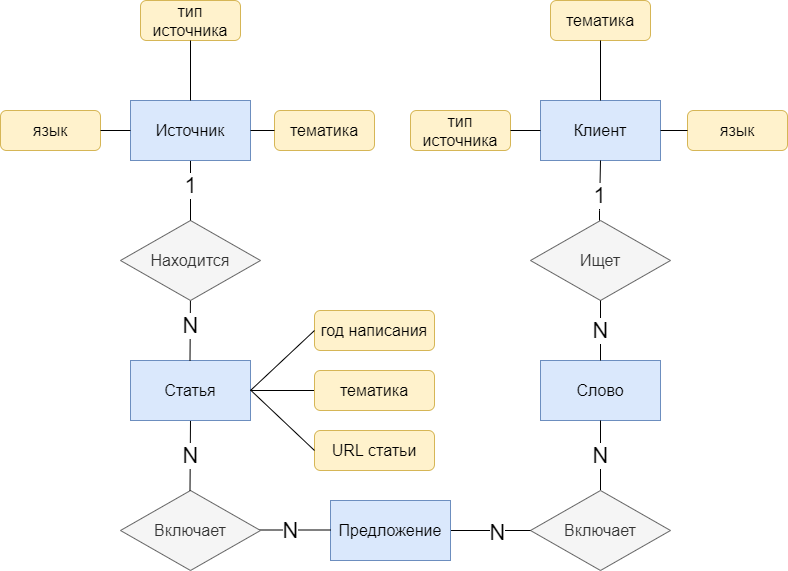
Above: GetImage.png in AgeevAA/DB-project (draw.io), before the change. Source tidied: cells renumbered, new cells last; positions are measured from the earlier drawing's top-left corner, leaving out a move shared by most shapes. Source of this version:
```xml
<mxGraphModel>
  <root>
    <mxCell id="0" />
    <mxCell id="1" parent="0" />
    <mxCell id="2" value="&lt;font style=&quot;font-size: 16px&quot;&gt;Клиент&lt;/font&gt;" style="rounded=0;whiteSpace=wrap;html=1;fillColor=#dae8fc;strokeColor=#6c8ebf;" parent="1" vertex="1">
      <mxGeometry x="540" y="100" width="120" height="60" as="geometry" />
    </mxCell>
    <mxCell id="3" value="&lt;font style=&quot;font-size: 22px&quot;&gt;1&lt;/font&gt;" style="endArrow=none;html=1;entryX=0.5;entryY=1;entryDx=0;entryDy=0;" parent="1" edge="1" target="2">
      <mxGeometry relative="1" as="geometry">
        <mxPoint x="599" y="230" as="sourcePoint" />
        <Array as="points">
          <mxPoint x="599" y="210" />
        </Array>
      </mxGeometry>
    </mxCell>
    <mxCell id="4" value="&lt;font style=&quot;font-size: 16px&quot;&gt;Слово&lt;/font&gt;" style="rounded=0;whiteSpace=wrap;html=1;fillColor=#dae8fc;strokeColor=#6c8ebf;" parent="1" vertex="1">
      <mxGeometry x="540" y="360" width="120" height="60" as="geometry" />
    </mxCell>
    <mxCell id="5" value="&lt;font style=&quot;font-size: 16px&quot;&gt;Ищет&lt;/font&gt;" style="rhombus;whiteSpace=wrap;html=1;fillColor=#f5f5f5;strokeColor=#666666;fontColor=#333333;" parent="1" vertex="1">
      <mxGeometry x="530" y="220" width="140" height="80" as="geometry" />
    </mxCell>
    <mxCell id="6" value="&lt;font style=&quot;font-size: 22px&quot;&gt;N&lt;/font&gt;" style="endArrow=none;html=1;entryX=0.5;entryY=0;entryDx=0;entryDy=0;entryPerimeter=0;" parent="1" edge="1" target="4">
      <mxGeometry relative="1" as="geometry">
        <mxPoint x="600" y="300" as="sourcePoint" />
        <Array as="points">
          <mxPoint x="600" y="300" />
        </Array>
      </mxGeometry>
    </mxCell>
    <mxCell id="7" value="&lt;font style=&quot;font-size: 22px&quot;&gt;N&lt;/font&gt;" style="endArrow=none;html=1;entryX=0.5;entryY=1;entryDx=0;entryDy=0;" parent="1" edge="1" target="4">
      <mxGeometry relative="1" as="geometry">
        <mxPoint x="600" y="490" as="sourcePoint" />
      </mxGeometry>
    </mxCell>
    <mxCell id="8" value="&lt;font style=&quot;font-size: 16px&quot;&gt;Включает&lt;/font&gt;" style="rhombus;whiteSpace=wrap;html=1;fillColor=#f5f5f5;strokeColor=#666666;fontColor=#333333;" parent="1" vertex="1">
      <mxGeometry x="530" y="490" width="140" height="80" as="geometry" />
    </mxCell>
    <mxCell id="9" style="endArrow=none;html=1;entryX=0;entryY=0.5;entryDx=0;entryDy=0;" parent="1" edge="1" target="8">
      <mxGeometry relative="1" as="geometry">
        <mxPoint x="440" y="530" as="sourcePoint" />
      </mxGeometry>
    </mxCell>
    <mxCell id="10" value="&lt;font style=&quot;font-size: 22px&quot;&gt;N&lt;/font&gt;" style="edgeLabel;html=1;align=center;verticalAlign=middle;" parent="9" vertex="1">
      <mxGeometry x="0.24" y="-1" relative="1" as="geometry" />
    </mxCell>
    <mxCell id="11" value="&lt;font style=&quot;font-size: 16px&quot;&gt;Предложение&lt;/font&gt;" style="rounded=0;whiteSpace=wrap;html=1;fillColor=#dae8fc;strokeColor=#6c8ebf;" parent="1" vertex="1">
      <mxGeometry x="330" y="500" width="120" height="60" as="geometry" />
    </mxCell>
    <mxCell id="12" value="&lt;font style=&quot;font-size: 22px&quot;&gt;N&lt;/font&gt;" style="endArrow=none;html=1;" parent="1" edge="1">
      <mxGeometry relative="1" as="geometry">
        <mxPoint x="330" y="529.5" as="sourcePoint" />
        <mxPoint x="250" y="529.5" as="targetPoint" />
      </mxGeometry>
    </mxCell>
    <mxCell id="13" value="&lt;font style=&quot;font-size: 16px&quot;&gt;Включает&lt;/font&gt;" style="rhombus;whiteSpace=wrap;html=1;fillColor=#f5f5f5;strokeColor=#666666;fontColor=#333333;" parent="1" vertex="1">
      <mxGeometry x="120" y="490" width="140" height="80" as="geometry" />
    </mxCell>
    <mxCell id="14" value="&lt;font style=&quot;font-size: 22px&quot;&gt;N&lt;/font&gt;" style="endArrow=none;html=1;" parent="1" edge="1">
      <mxGeometry relative="1" as="geometry">
        <mxPoint x="189.5" y="490" as="sourcePoint" />
        <mxPoint x="190" y="420" as="targetPoint" />
      </mxGeometry>
    </mxCell>
    <mxCell id="15" value="&lt;font style=&quot;font-size: 16px&quot;&gt;Статья&lt;/font&gt;" style="rounded=0;whiteSpace=wrap;html=1;fillColor=#dae8fc;strokeColor=#6c8ebf;" parent="1" vertex="1">
      <mxGeometry x="130" y="360" width="120" height="60" as="geometry" />
    </mxCell>
    <mxCell id="16" value="&lt;font style=&quot;font-size: 22px&quot;&gt;N&lt;/font&gt;" style="endArrow=none;html=1;" parent="1" edge="1">
      <mxGeometry relative="1" as="geometry">
        <mxPoint x="189.5" y="360" as="sourcePoint" />
        <mxPoint x="190" y="290" as="targetPoint" />
      </mxGeometry>
    </mxCell>
    <mxCell id="17" value="&lt;font style=&quot;font-size: 16px&quot;&gt;Находится&lt;/font&gt;" style="rhombus;whiteSpace=wrap;html=1;fillColor=#f5f5f5;strokeColor=#666666;fontColor=#333333;" parent="1" vertex="1">
      <mxGeometry x="120" y="220" width="140" height="80" as="geometry" />
    </mxCell>
    <mxCell id="18" value="&lt;font style=&quot;font-size: 22px&quot;&gt;1&lt;/font&gt;" style="endArrow=none;html=1;entryX=0.5;entryY=0;entryDx=0;entryDy=0;" parent="1" edge="1" target="17">
      <mxGeometry relative="1" as="geometry">
        <mxPoint x="190" y="150" as="sourcePoint" />
      </mxGeometry>
    </mxCell>
    <mxCell id="19" value="&lt;font style=&quot;font-size: 16px&quot;&gt;Источник&lt;/font&gt;" style="rounded=0;whiteSpace=wrap;html=1;fillColor=#dae8fc;strokeColor=#6c8ebf;" parent="1" vertex="1">
      <mxGeometry x="130" y="100" width="120" height="60" as="geometry" />
    </mxCell>
    <mxCell id="20" value="&lt;font style=&quot;font-size: 16px&quot;&gt;язык&lt;/font&gt;" style="rounded=1;whiteSpace=wrap;html=1;fillColor=#fff2cc;strokeColor=#d6b656;" parent="1" vertex="1">
      <mxGeometry y="110" width="100" height="40" as="geometry" />
    </mxCell>
    <mxCell id="21" value="&lt;font style=&quot;font-size: 16px&quot;&gt;тематика&lt;/font&gt;" style="rounded=1;whiteSpace=wrap;html=1;fillColor=#fff2cc;strokeColor=#d6b656;" parent="1" vertex="1">
      <mxGeometry x="274" y="110" width="100" height="40" as="geometry" />
    </mxCell>
    <mxCell id="22" value="&lt;font style=&quot;font-size: 16px&quot;&gt;URL статьи&lt;/font&gt;" style="rounded=1;whiteSpace=wrap;html=1;fillColor=#fff2cc;strokeColor=#d6b656;" parent="1" vertex="1">
      <mxGeometry x="314" y="430" width="120" height="40" as="geometry" />
    </mxCell>
    <mxCell id="23" style="endArrow=none;html=1;exitX=1;exitY=0.5;exitDx=0;exitDy=0;entryX=0;entryY=0.5;entryDx=0;entryDy=0;" parent="1" edge="1" source="19" target="21">
      <mxGeometry relative="1" as="geometry" />
    </mxCell>
    <mxCell id="24" style="endArrow=none;html=1;entryX=0;entryY=0.5;entryDx=0;entryDy=0;" parent="1" edge="1" target="22">
      <mxGeometry relative="1" as="geometry">
        <mxPoint x="250" y="389.5" as="sourcePoint" />
      </mxGeometry>
    </mxCell>
    <mxCell id="25" value="&lt;font style=&quot;font-size: 16px&quot;&gt;тип источника&lt;/font&gt;" style="rounded=1;whiteSpace=wrap;html=1;fillColor=#fff2cc;strokeColor=#d6b656;" parent="1" vertex="1">
      <mxGeometry x="140" width="100" height="40" as="geometry" />
    </mxCell>
    <mxCell id="26" value="&lt;font style=&quot;font-size: 16px&quot;&gt;год написания&lt;/font&gt;" style="rounded=1;whiteSpace=wrap;html=1;fillColor=#fff2cc;strokeColor=#d6b656;" parent="1" vertex="1">
      <mxGeometry x="314" y="310" width="120" height="40" as="geometry" />
    </mxCell>
    <mxCell id="27" style="endArrow=none;html=1;entryX=0;entryY=0.5;entryDx=0;entryDy=0;" parent="1" edge="1" target="26">
      <mxGeometry relative="1" as="geometry">
        <mxPoint x="250" y="390" as="sourcePoint" />
      </mxGeometry>
    </mxCell>
    <mxCell id="28" style="endArrow=none;html=1;entryX=0;entryY=0.5;entryDx=0;entryDy=0;" parent="1" edge="1" target="29">
      <mxGeometry relative="1" as="geometry">
        <mxPoint x="250" y="390" as="sourcePoint" />
      </mxGeometry>
    </mxCell>
    <mxCell id="29" value="&lt;span style=&quot;font-size: 16px&quot;&gt;тематика&lt;/span&gt;" style="rounded=1;whiteSpace=wrap;html=1;fillColor=#fff2cc;strokeColor=#d6b656;" parent="1" vertex="1">
      <mxGeometry x="314" y="370" width="120" height="40" as="geometry" />
    </mxCell>
    <mxCell id="30" value="&lt;font style=&quot;font-size: 16px&quot;&gt;тематика&lt;/font&gt;" style="rounded=1;whiteSpace=wrap;html=1;fillColor=#fff2cc;strokeColor=#d6b656;" parent="1" vertex="1">
      <mxGeometry x="550" width="100" height="40" as="geometry" />
    </mxCell>
    <mxCell id="31" value="&lt;font style=&quot;font-size: 16px&quot;&gt;язык&lt;/font&gt;" style="rounded=1;whiteSpace=wrap;html=1;fillColor=#fff2cc;strokeColor=#d6b656;" parent="1" vertex="1">
      <mxGeometry x="687" y="110" width="100" height="40" as="geometry" />
    </mxCell>
    <mxCell id="32" value="&lt;font style=&quot;font-size: 16px&quot;&gt;тип источника&lt;/font&gt;" style="rounded=1;whiteSpace=wrap;html=1;fillColor=#fff2cc;strokeColor=#d6b656;arcSize=15;" parent="1" vertex="1">
      <mxGeometry x="410" y="110" width="100" height="40" as="geometry" />
    </mxCell>
    <mxCell id="33" style="endArrow=none;html=1;entryX=0;entryY=0.5;entryDx=0;entryDy=0;" parent="1" edge="1" target="31">
      <mxGeometry relative="1" as="geometry">
        <mxPoint x="660" y="130" as="sourcePoint" />
      </mxGeometry>
    </mxCell>
    <mxCell id="34" style="endArrow=none;html=1;exitX=0.5;exitY=0;exitDx=0;exitDy=0;entryX=0.5;entryY=1;entryDx=0;entryDy=0;" parent="1" edge="1" source="19" target="25">
      <mxGeometry relative="1" as="geometry" />
    </mxCell>
    <mxCell id="35" style="endArrow=none;html=1;exitX=1;exitY=0.5;exitDx=0;exitDy=0;" parent="1" edge="1" source="20">
      <mxGeometry relative="1" as="geometry">
        <mxPoint x="130" y="130" as="targetPoint" />
      </mxGeometry>
    </mxCell>
    <mxCell id="36" style="endArrow=none;html=1;exitX=0.5;exitY=0;exitDx=0;exitDy=0;entryX=0.5;entryY=1;entryDx=0;entryDy=0;" parent="1" edge="1" source="2" target="30">
      <mxGeometry relative="1" as="geometry" />
    </mxCell>
    <mxCell id="37" style="endArrow=none;html=1;entryX=0;entryY=0.5;entryDx=0;entryDy=0;exitX=1;exitY=0.5;exitDx=0;exitDy=0;" parent="1" edge="1" source="32" target="2">
      <mxGeometry relative="1" as="geometry" />
    </mxCell>
  </root>
</mxGraphModel>
```
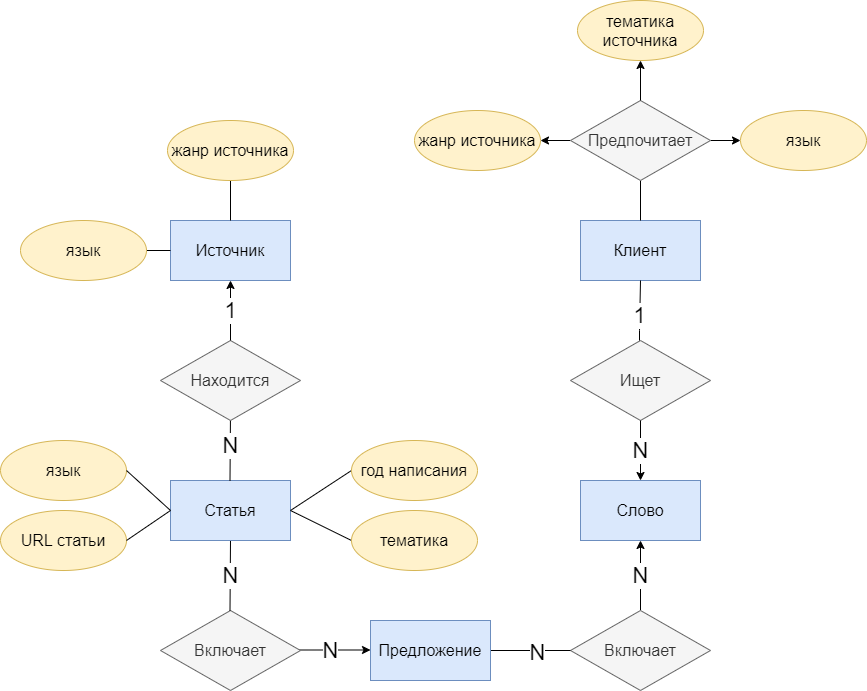
The same file after the commit.

Change to the diagram source:
```diff
@@ -19,7 +19,7 @@
     <mxCell id="5" value="&lt;font style=&quot;font-size: 16px&quot;&gt;Ищет&lt;/font&gt;" style="rhombus;whiteSpace=wrap;html=1;fillColor=#f5f5f5;strokeColor=#666666;fontColor=#333333;" parent="1" vertex="1">
       <mxGeometry x="530" y="220" width="140" height="80" as="geometry" />
     </mxCell>
-    <mxCell id="6" value="&lt;font style=&quot;font-size: 22px&quot;&gt;N&lt;/font&gt;" style="endArrow=none;html=1;entryX=0.5;entryY=0;entryDx=0;entryDy=0;entryPerimeter=0;" parent="1" edge="1" target="4">
+    <mxCell id="6" value="&lt;font style=&quot;font-size: 22px&quot;&gt;N&lt;/font&gt;" style="endArrow=classic;html=1;entryX=0.5;entryY=0;entryDx=0;entryDy=0;entryPerimeter=0;endFill=1;" parent="1" edge="1" target="4">
       <mxGeometry relative="1" as="geometry">
         <mxPoint x="600" y="300" as="sourcePoint" />
         <Array as="points">
@@ -27,7 +27,7 @@
         </Array>
       </mxGeometry>
     </mxCell>
-    <mxCell id="7" value="&lt;font style=&quot;font-size: 22px&quot;&gt;N&lt;/font&gt;" style="endArrow=none;html=1;entryX=0.5;entryY=1;entryDx=0;entryDy=0;" parent="1" edge="1" target="4">
+    <mxCell id="7" value="&lt;font style=&quot;font-size: 22px&quot;&gt;N&lt;/font&gt;" style="endArrow=classic;html=1;entryX=0.5;entryY=1;entryDx=0;entryDy=0;endFill=1;" parent="1" edge="1" target="4">
       <mxGeometry relative="1" as="geometry">
         <mxPoint x="600" y="490" as="sourcePoint" />
       </mxGeometry>
@@ -46,7 +46,7 @@
     <mxCell id="11" value="&lt;font style=&quot;font-size: 16px&quot;&gt;Предложение&lt;/font&gt;" style="rounded=0;whiteSpace=wrap;html=1;fillColor=#dae8fc;strokeColor=#6c8ebf;" parent="1" vertex="1">
       <mxGeometry x="330" y="500" width="120" height="60" as="geometry" />
     </mxCell>
-    <mxCell id="12" value="&lt;font style=&quot;font-size: 22px&quot;&gt;N&lt;/font&gt;" style="endArrow=none;html=1;" parent="1" edge="1">
+    <mxCell id="12" value="&lt;font style=&quot;font-size: 22px&quot;&gt;N&lt;/font&gt;" style="endArrow=none;html=1;startArrow=classic;startFill=1;" parent="1" edge="1">
       <mxGeometry relative="1" as="geometry">
         <mxPoint x="330" y="529.5" as="sourcePoint" />
         <mxPoint x="250" y="529.5" as="targetPoint" />
@@ -73,77 +73,79 @@
     <mxCell id="17" value="&lt;font style=&quot;font-size: 16px&quot;&gt;Находится&lt;/font&gt;" style="rhombus;whiteSpace=wrap;html=1;fillColor=#f5f5f5;strokeColor=#666666;fontColor=#333333;" parent="1" vertex="1">
       <mxGeometry x="120" y="220" width="140" height="80" as="geometry" />
     </mxCell>
-    <mxCell id="18" value="&lt;font style=&quot;font-size: 22px&quot;&gt;1&lt;/font&gt;" style="endArrow=none;html=1;entryX=0.5;entryY=0;entryDx=0;entryDy=0;" parent="1" edge="1" target="17">
-      <mxGeometry relative="1" as="geometry">
-        <mxPoint x="190" y="150" as="sourcePoint" />
-      </mxGeometry>
+    <mxCell id="18" value="&lt;font style=&quot;font-size: 22px&quot;&gt;1&lt;/font&gt;" style="endArrow=none;html=1;entryX=0.5;entryY=0;entryDx=0;entryDy=0;startArrow=classic;startFill=1;exitX=0.5;exitY=1;exitDx=0;exitDy=0;" parent="1" edge="1" source="19" target="17">
+      <mxGeometry relative="1" as="geometry" />
     </mxCell>
     <mxCell id="19" value="&lt;font style=&quot;font-size: 16px&quot;&gt;Источник&lt;/font&gt;" style="rounded=0;whiteSpace=wrap;html=1;fillColor=#dae8fc;strokeColor=#6c8ebf;" parent="1" vertex="1">
       <mxGeometry x="130" y="100" width="120" height="60" as="geometry" />
     </mxCell>
-    <mxCell id="20" value="&lt;font style=&quot;font-size: 16px&quot;&gt;язык&lt;/font&gt;" style="rounded=1;whiteSpace=wrap;html=1;fillColor=#fff2cc;strokeColor=#d6b656;" parent="1" vertex="1">
-      <mxGeometry y="110" width="100" height="40" as="geometry" />
-    </mxCell>
-    <mxCell id="21" value="&lt;font style=&quot;font-size: 16px&quot;&gt;тематика&lt;/font&gt;" style="rounded=1;whiteSpace=wrap;html=1;fillColor=#fff2cc;strokeColor=#d6b656;" parent="1" vertex="1">
-      <mxGeometry x="274" y="110" width="100" height="40" as="geometry" />
-    </mxCell>
-    <mxCell id="22" value="&lt;font style=&quot;font-size: 16px&quot;&gt;URL статьи&lt;/font&gt;" style="rounded=1;whiteSpace=wrap;html=1;fillColor=#fff2cc;strokeColor=#d6b656;" parent="1" vertex="1">
-      <mxGeometry x="314" y="430" width="120" height="40" as="geometry" />
-    </mxCell>
-    <mxCell id="23" style="endArrow=none;html=1;exitX=1;exitY=0.5;exitDx=0;exitDy=0;entryX=0;entryY=0.5;entryDx=0;entryDy=0;" parent="1" edge="1" source="19" target="21">
-      <mxGeometry relative="1" as="geometry" />
-    </mxCell>
-    <mxCell id="24" style="endArrow=none;html=1;entryX=0;entryY=0.5;entryDx=0;entryDy=0;" parent="1" edge="1" target="22">
-      <mxGeometry relative="1" as="geometry">
-        <mxPoint x="250" y="389.5" as="sourcePoint" />
-      </mxGeometry>
-    </mxCell>
-    <mxCell id="25" value="&lt;font style=&quot;font-size: 16px&quot;&gt;тип источника&lt;/font&gt;" style="rounded=1;whiteSpace=wrap;html=1;fillColor=#fff2cc;strokeColor=#d6b656;" parent="1" vertex="1">
-      <mxGeometry x="140" width="100" height="40" as="geometry" />
-    </mxCell>
-    <mxCell id="26" value="&lt;font style=&quot;font-size: 16px&quot;&gt;год написания&lt;/font&gt;" style="rounded=1;whiteSpace=wrap;html=1;fillColor=#fff2cc;strokeColor=#d6b656;" parent="1" vertex="1">
-      <mxGeometry x="314" y="310" width="120" height="40" as="geometry" />
-    </mxCell>
     <mxCell id="27" style="endArrow=none;html=1;entryX=0;entryY=0.5;entryDx=0;entryDy=0;" parent="1" edge="1" target="26">
       <mxGeometry relative="1" as="geometry">
         <mxPoint x="250" y="390" as="sourcePoint" />
       </mxGeometry>
     </mxCell>
-    <mxCell id="28" style="endArrow=none;html=1;entryX=0;entryY=0.5;entryDx=0;entryDy=0;" parent="1" edge="1" target="29">
+    <mxCell id="28" style="endArrow=none;html=1;entryX=0;entryY=0.5;entryDx=0;entryDy=0;" parent="1" edge="1" target="45">
       <mxGeometry relative="1" as="geometry">
         <mxPoint x="250" y="390" as="sourcePoint" />
       </mxGeometry>
     </mxCell>
-    <mxCell id="29" value="&lt;span style=&quot;font-size: 16px&quot;&gt;тематика&lt;/span&gt;" style="rounded=1;whiteSpace=wrap;html=1;fillColor=#fff2cc;strokeColor=#d6b656;" parent="1" vertex="1">
-      <mxGeometry x="314" y="370" width="120" height="40" as="geometry" />
-    </mxCell>
-    <mxCell id="30" value="&lt;font style=&quot;font-size: 16px&quot;&gt;тематика&lt;/font&gt;" style="rounded=1;whiteSpace=wrap;html=1;fillColor=#fff2cc;strokeColor=#d6b656;" parent="1" vertex="1">
-      <mxGeometry x="550" width="100" height="40" as="geometry" />
-    </mxCell>
-    <mxCell id="31" value="&lt;font style=&quot;font-size: 16px&quot;&gt;язык&lt;/font&gt;" style="rounded=1;whiteSpace=wrap;html=1;fillColor=#fff2cc;strokeColor=#d6b656;" parent="1" vertex="1">
-      <mxGeometry x="687" y="110" width="100" height="40" as="geometry" />
-    </mxCell>
-    <mxCell id="32" value="&lt;font style=&quot;font-size: 16px&quot;&gt;тип источника&lt;/font&gt;" style="rounded=1;whiteSpace=wrap;html=1;fillColor=#fff2cc;strokeColor=#d6b656;arcSize=15;" parent="1" vertex="1">
-      <mxGeometry x="410" y="110" width="100" height="40" as="geometry" />
-    </mxCell>
-    <mxCell id="33" style="endArrow=none;html=1;entryX=0;entryY=0.5;entryDx=0;entryDy=0;" parent="1" edge="1" target="31">
-      <mxGeometry relative="1" as="geometry">
-        <mxPoint x="660" y="130" as="sourcePoint" />
-      </mxGeometry>
+    <mxCell id="33" style="endArrow=classic;html=1;entryX=0;entryY=0.5;entryDx=0;entryDy=0;exitX=1;exitY=0.5;exitDx=0;exitDy=0;endFill=1;" parent="1" edge="1" source="41" target="40">
+      <mxGeometry relative="1" as="geometry" />
     </mxCell>
-    <mxCell id="34" style="endArrow=none;html=1;exitX=0.5;exitY=0;exitDx=0;exitDy=0;entryX=0.5;entryY=1;entryDx=0;entryDy=0;" parent="1" edge="1" source="19" target="25">
+    <mxCell id="34" style="endArrow=none;html=1;exitX=0.5;exitY=0;exitDx=0;exitDy=0;entryX=0.5;entryY=1;entryDx=0;entryDy=0;" parent="1" edge="1" source="19" target="48">
       <mxGeometry relative="1" as="geometry" />
     </mxCell>
-    <mxCell id="35" style="endArrow=none;html=1;exitX=1;exitY=0.5;exitDx=0;exitDy=0;" parent="1" edge="1" source="20">
+    <mxCell id="35" style="endArrow=none;html=1;exitX=1;exitY=0.5;exitDx=0;exitDy=0;" parent="1" edge="1" source="47">
       <mxGeometry relative="1" as="geometry">
         <mxPoint x="130" y="130" as="targetPoint" />
       </mxGeometry>
     </mxCell>
-    <mxCell id="36" style="endArrow=none;html=1;exitX=0.5;exitY=0;exitDx=0;exitDy=0;entryX=0.5;entryY=1;entryDx=0;entryDy=0;" parent="1" edge="1" source="2" target="30">
+    <mxCell id="36" style="endArrow=none;html=1;exitX=0.5;exitY=0;exitDx=0;exitDy=0;entryX=0.5;entryY=1;entryDx=0;entryDy=0;" parent="1" edge="1" source="2" target="41">
       <mxGeometry relative="1" as="geometry" />
     </mxCell>
-    <mxCell id="37" style="endArrow=none;html=1;entryX=0;entryY=0.5;entryDx=0;entryDy=0;exitX=1;exitY=0.5;exitDx=0;exitDy=0;" parent="1" edge="1" source="32" target="2">
+    <mxCell id="37" style="endArrow=none;html=1;entryX=0;entryY=0.5;entryDx=0;entryDy=0;exitX=1;exitY=0.5;exitDx=0;exitDy=0;startArrow=classic;startFill=1;" parent="1" edge="1" source="38" target="41">
       <mxGeometry relative="1" as="geometry" />
     </mxCell>
+    <mxCell id="38" value="&lt;font style=&quot;font-size: 16px&quot;&gt;жанр источника&lt;/font&gt;" style="ellipse;whiteSpace=wrap;html=1;fillColor=#fff2cc;strokeColor=#d6b656;" parent="1" vertex="1">
+      <mxGeometry x="374" y="-10" width="126" height="60" as="geometry" />
+    </mxCell>
+    <mxCell id="39" value="&lt;span style=&quot;font-size: 16px&quot;&gt;тематика источника&lt;/span&gt;" style="ellipse;whiteSpace=wrap;html=1;fillColor=#fff2cc;strokeColor=#d6b656;" parent="1" vertex="1">
+      <mxGeometry x="537" y="-120" width="126" height="60" as="geometry" />
+    </mxCell>
+    <mxCell id="40" value="&lt;span style=&quot;font-size: 16px&quot;&gt;язык&lt;/span&gt;" style="ellipse;whiteSpace=wrap;html=1;fillColor=#fff2cc;strokeColor=#d6b656;" parent="1" vertex="1">
+      <mxGeometry x="700" y="-10" width="126" height="60" as="geometry" />
+    </mxCell>
+    <mxCell id="41" value="&lt;font style=&quot;font-size: 16px&quot;&gt;Предпочитает&lt;/font&gt;" style="rhombus;whiteSpace=wrap;html=1;fillColor=#f5f5f5;strokeColor=#666666;fontColor=#333333;" parent="1" vertex="1">
+      <mxGeometry x="530" y="-20" width="140" height="80" as="geometry" />
+    </mxCell>
+    <mxCell id="42" style="endArrow=classic;html=1;entryX=0.5;entryY=1;entryDx=0;entryDy=0;endFill=1;" parent="1" edge="1" target="39">
+      <mxGeometry relative="1" as="geometry">
+        <mxPoint x="600" y="-20" as="sourcePoint" />
+      </mxGeometry>
+    </mxCell>
+    <mxCell id="43" value="&lt;span style=&quot;font-size: 16px&quot;&gt;язык&lt;/span&gt;" style="ellipse;whiteSpace=wrap;html=1;fillColor=#fff2cc;strokeColor=#d6b656;" parent="1" vertex="1">
+      <mxGeometry x="-40" y="320" width="126" height="60" as="geometry" />
+    </mxCell>
+    <mxCell id="44" style="endArrow=none;html=1;exitX=1;exitY=0.5;exitDx=0;exitDy=0;entryX=0;entryY=0.5;entryDx=0;entryDy=0;" parent="1" edge="1" source="43" target="15">
+      <mxGeometry relative="1" as="geometry" />
+    </mxCell>
+    <mxCell id="22" value="&lt;span style=&quot;font-size: 16px&quot;&gt;URL статьи&lt;/span&gt;" style="ellipse;whiteSpace=wrap;html=1;fillColor=#fff2cc;strokeColor=#d6b656;" parent="1" vertex="1">
+      <mxGeometry x="-40" y="390" width="126" height="60" as="geometry" />
+    </mxCell>
+    <mxCell id="26" value="&lt;span style=&quot;font-size: 16px&quot;&gt;год написания&lt;/span&gt;" style="ellipse;whiteSpace=wrap;html=1;fillColor=#fff2cc;strokeColor=#d6b656;" parent="1" vertex="1">
+      <mxGeometry x="311" y="320" width="126" height="60" as="geometry" />
+    </mxCell>
+    <mxCell id="45" value="&lt;span style=&quot;font-size: 16px&quot;&gt;тематика&lt;/span&gt;" style="ellipse;whiteSpace=wrap;html=1;fillColor=#fff2cc;strokeColor=#d6b656;" parent="1" vertex="1">
+      <mxGeometry x="311" y="390" width="126" height="60" as="geometry" />
+    </mxCell>
+    <mxCell id="46" style="endArrow=none;html=1;entryX=1;entryY=0.5;entryDx=0;entryDy=0;exitX=0;exitY=0.5;exitDx=0;exitDy=0;" parent="1" edge="1" source="15" target="22">
+      <mxGeometry relative="1" as="geometry" />
+    </mxCell>
+    <mxCell id="47" value="&lt;span style=&quot;font-size: 16px&quot;&gt;язык&lt;/span&gt;" style="ellipse;whiteSpace=wrap;html=1;fillColor=#fff2cc;strokeColor=#d6b656;" parent="1" vertex="1">
+      <mxGeometry x="-20" y="100" width="126" height="60" as="geometry" />
+    </mxCell>
+    <mxCell id="48" value="&lt;font style=&quot;font-size: 16px&quot;&gt;жанр источника&lt;/font&gt;" style="ellipse;whiteSpace=wrap;html=1;fillColor=#fff2cc;strokeColor=#d6b656;" parent="1" vertex="1">
+      <mxGeometry x="127" width="126" height="60" as="geometry" />
+    </mxCell>
   </root>
 </mxGraphModel>
```
